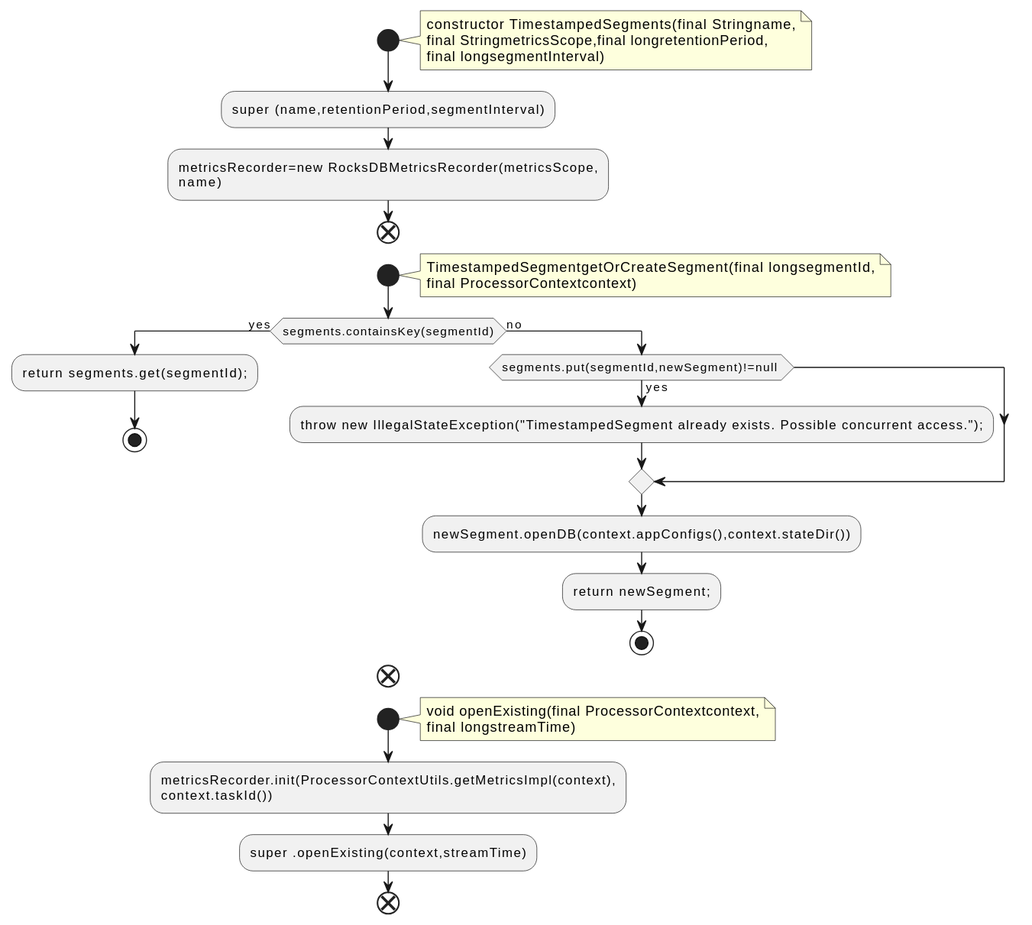
This is docs/qc/streams/src/main/java/org/apache/kafka/streams/state/internals/TimestampedSegments.java.fct.svg from qualitesys/kafka, a PlantUML export, as it was before one commit.
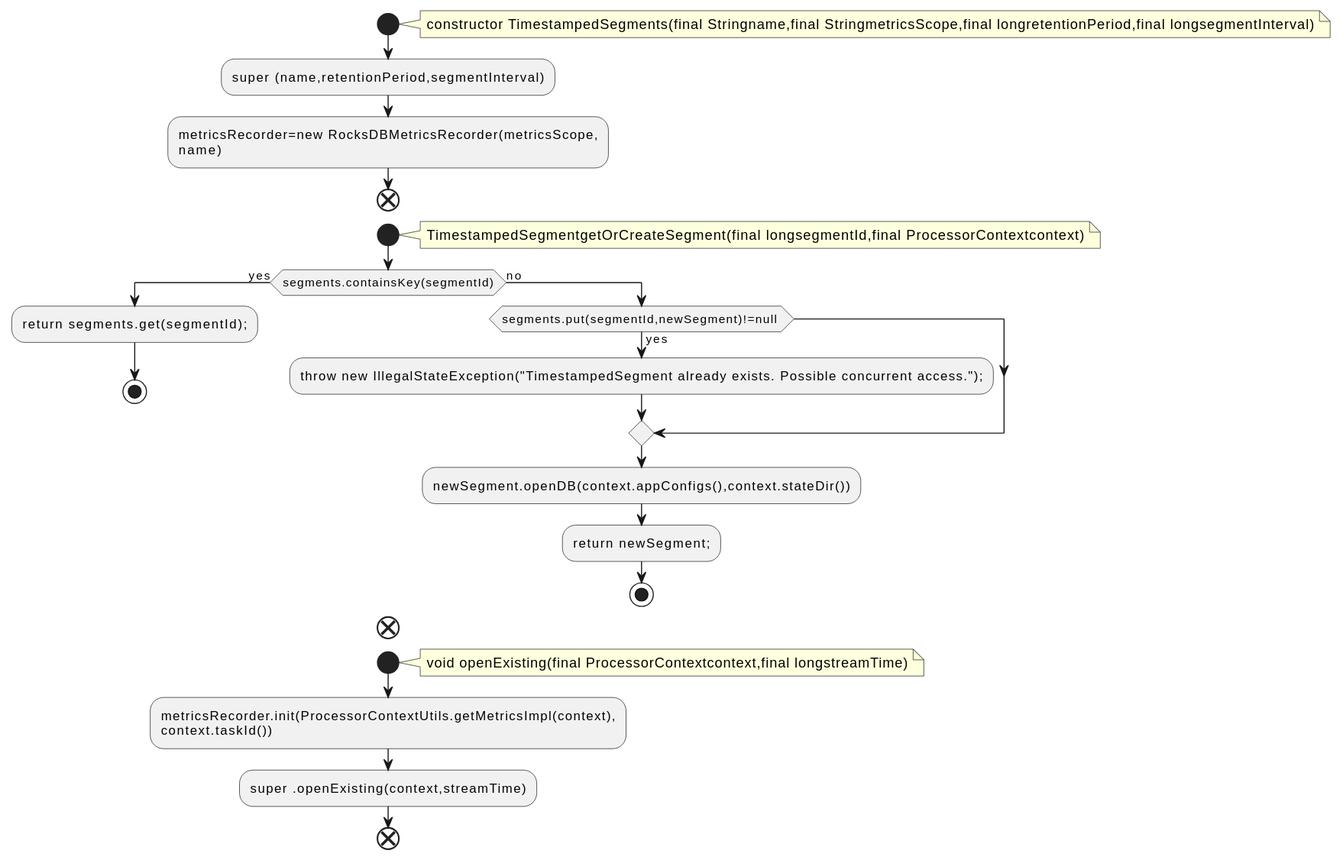
After the change.

Diff of the diagram source:
```diff
@@ -2,9 +2,7 @@
 !pragma layout smetana
 start
 note right
-constructor TimestampedSegments(final Stringname,
-final StringmetricsScope,final longretentionPeriod,
-final longsegmentInterval)
+constructor TimestampedSegments(final Stringname,final StringmetricsScope,final longretentionPeriod,final longsegmentInterval)
 end note
 :super (name,retentionPeriod,segmentInterval);
 :metricsRecorder=new RocksDBMetricsRecorder(metricsScope,
@@ -12,8 +10,7 @@
 end
 start
 note right
-TimestampedSegmentgetOrCreateSegment(final longsegmentId,
-final ProcessorContextcontext)
+TimestampedSegmentgetOrCreateSegment(final longsegmentId,final ProcessorContextcontext)
 end note
 if (segments.containsKey(segmentId)) then (yes)
 :return segments.get(segmentId);;
@@ -29,8 +26,7 @@
 end
 start
 note right
-void openExisting(final ProcessorContextcontext,
-final longstreamTime)
+void openExisting(final ProcessorContextcontext,final longstreamTime)
 end note
 :metricsRecorder.init(ProcessorContextUtils.getMetricsImpl(context),
 context.taskId());
```
